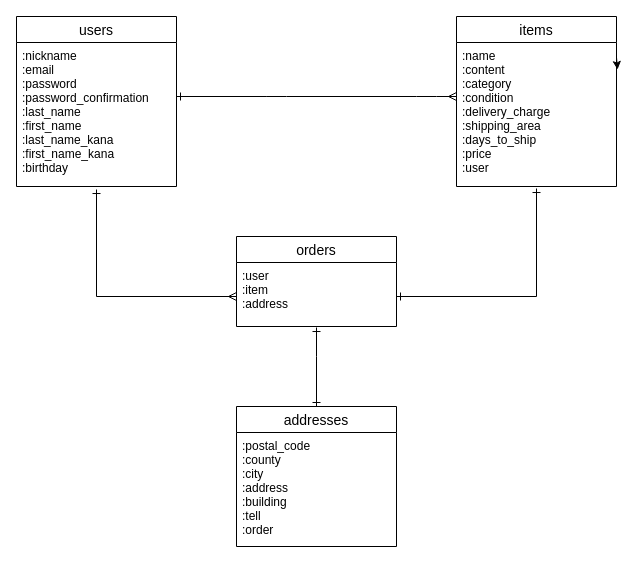
Above: er.dio in keizo0708/furima-37912 (draw.io), before the change. Source tidied: cells renumbered, new cells numbered last; positions are measured from the earlier drawing's top-left corner, leaving out a move shared by most shapes. Both pictures are drawn from the tidied source at 100%, with x=0, y=0 at pixel (16, 16).
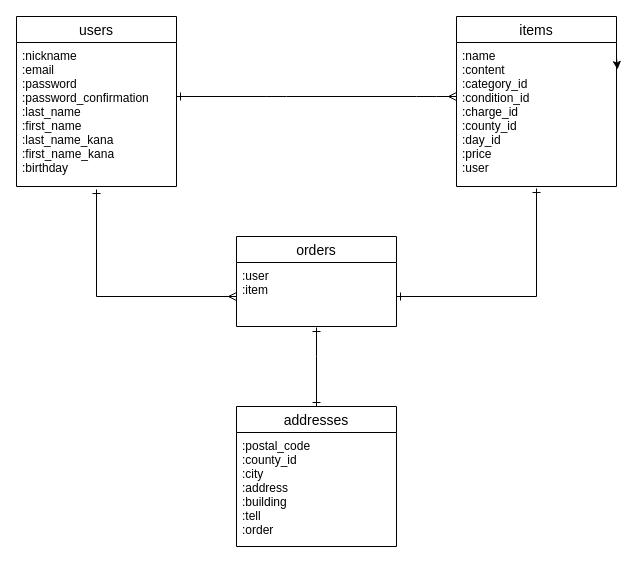
The same diagram, later.

Unchanged cells that the change refers to:
```xml
<mxCell id="4" value="items" style="swimlane;fontStyle=0;horizontal=1;startSize=26;align=center;fontSize=14;" parent="1" vertex="1">
  <mxGeometry x="440" width="160" height="170" as="geometry" />
</mxCell>
<mxCell id="7" value="orders" style="swimlane;fontStyle=0;horizontal=1;startSize=26;align=center;fontSize=14;" parent="1" vertex="1">
  <mxGeometry x="220" y="220" width="160" height="90" as="geometry" />
</mxCell>
<mxCell id="9" value="addresses" style="swimlane;fontStyle=0;horizontal=1;startSize=26;align=center;fontSize=14;" parent="1" vertex="1">
  <mxGeometry x="220" y="390" width="160" height="140" as="geometry" />
</mxCell>
```

The edit, as a diff of the source:
```diff
@@
-    <mxCell id="6" value=":name&#10;:content&#10;:category&#10;:condition&#10;:delivery_charge&#10;:shipping_area&#10;:days_to_ship&#10;:price&#10;:user" style="text;strokeColor=none;fillColor=none;spacingLeft=4;spacingRight=4;overflow=hidden;points=[[0,0.5],[1,0.5]];portConstraint=eastwest;fontSize=12;" parent="4" vertex="1">
+    <mxCell id="6" value=":name&#10;:content&#10;:category_id&#10;:condition_id&#10;:charge_id&#10;:county_id&#10;:day_id&#10;:price&#10;:user" style="text;strokeColor=none;fillColor=none;spacingLeft=4;spacingRight=4;overflow=hidden;points=[[0,0.5],[1,0.5]];portConstraint=eastwest;fontSize=12;" parent="4" vertex="1">
       <mxGeometry y="26" width="160" height="144" as="geometry" />
     </mxCell>
@@
-    <mxCell id="8" value=":user&#10;:item&#10;:address" style="text;strokeColor=none;fillColor=none;spacingLeft=4;spacingRight=4;overflow=hidden;points=[[0,0.5],[1,0.5]];portConstraint=eastwest;fontSize=12;" parent="7" vertex="1">
+    <mxCell id="8" value=":user&#10;:item" style="text;strokeColor=none;fillColor=none;spacingLeft=4;spacingRight=4;overflow=hidden;points=[[0,0.5],[1,0.5]];portConstraint=eastwest;fontSize=12;" parent="7" vertex="1">
       <mxGeometry y="26" width="160" height="64" as="geometry" />
     </mxCell>
@@
-    <mxCell id="10" value=":postal_code&#10;:county&#10;:city&#10;:address &#10;:building&#10;:tell&#10;:order" style="text;strokeColor=none;fillColor=none;spacingLeft=4;spacingRight=4;overflow=hidden;fontSize=12;" parent="9" vertex="1">
+    <mxCell id="10" value=":postal_code&#10;:county_id&#10;:city&#10;:address &#10;:building&#10;:tell&#10;:order" style="text;strokeColor=none;fillColor=none;spacingLeft=4;spacingRight=4;overflow=hidden;fontSize=12;" parent="9" vertex="1">
       <mxGeometry y="26" width="160" height="114" as="geometry" />
     </mxCell>
```
